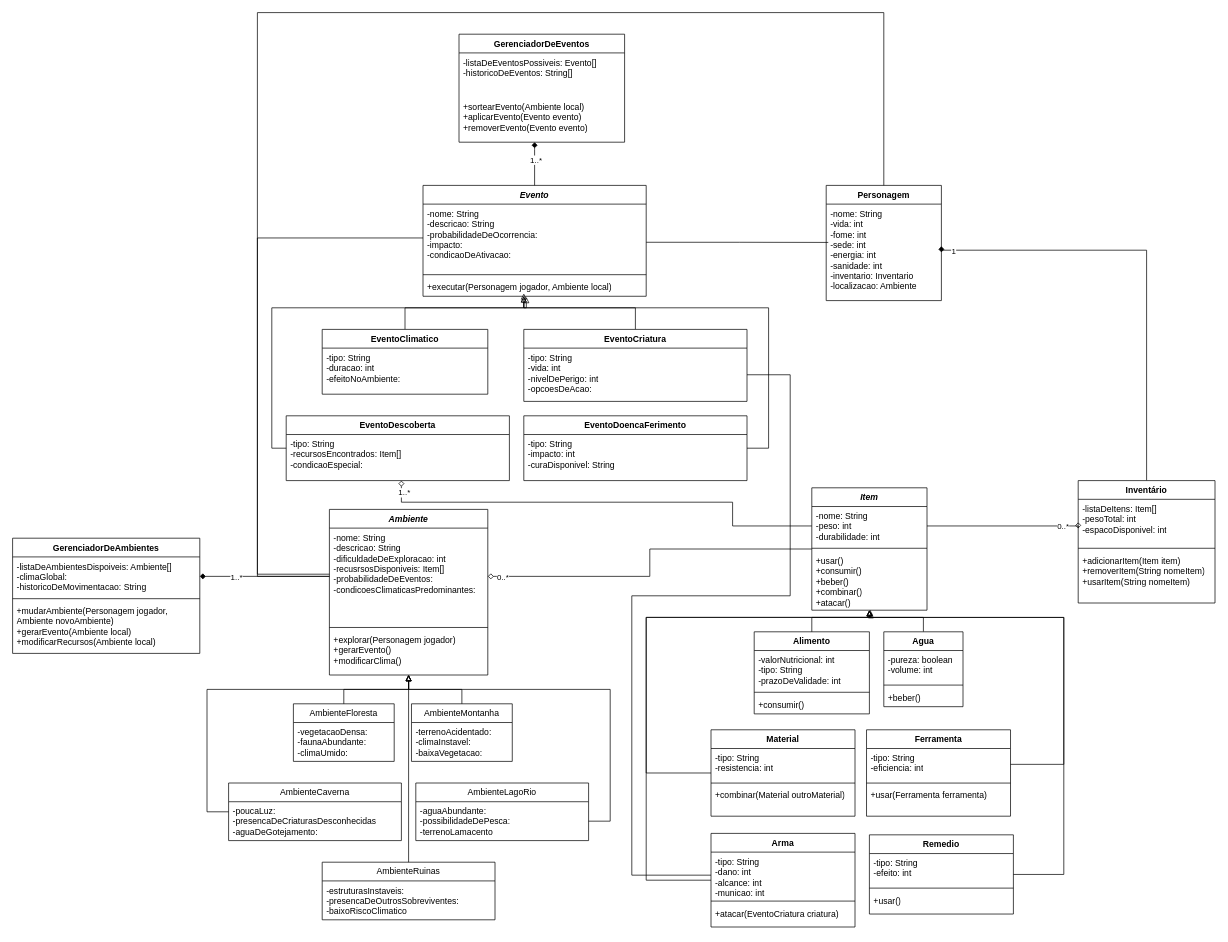
The draw.io diagram auxiliar/diagramaDeClasses.drawio in gabriel1ns/Ultima-Fronteira---LPOO-2025.1, before the edit. Source tidied: cells renumbered, new cells numbered last; positions are measured from the earlier drawing's top-left corner, leaving out a move shared by most shapes. Both pictures are drawn from the tidied source at 72%, with x=0, y=0 at pixel (12, 12).
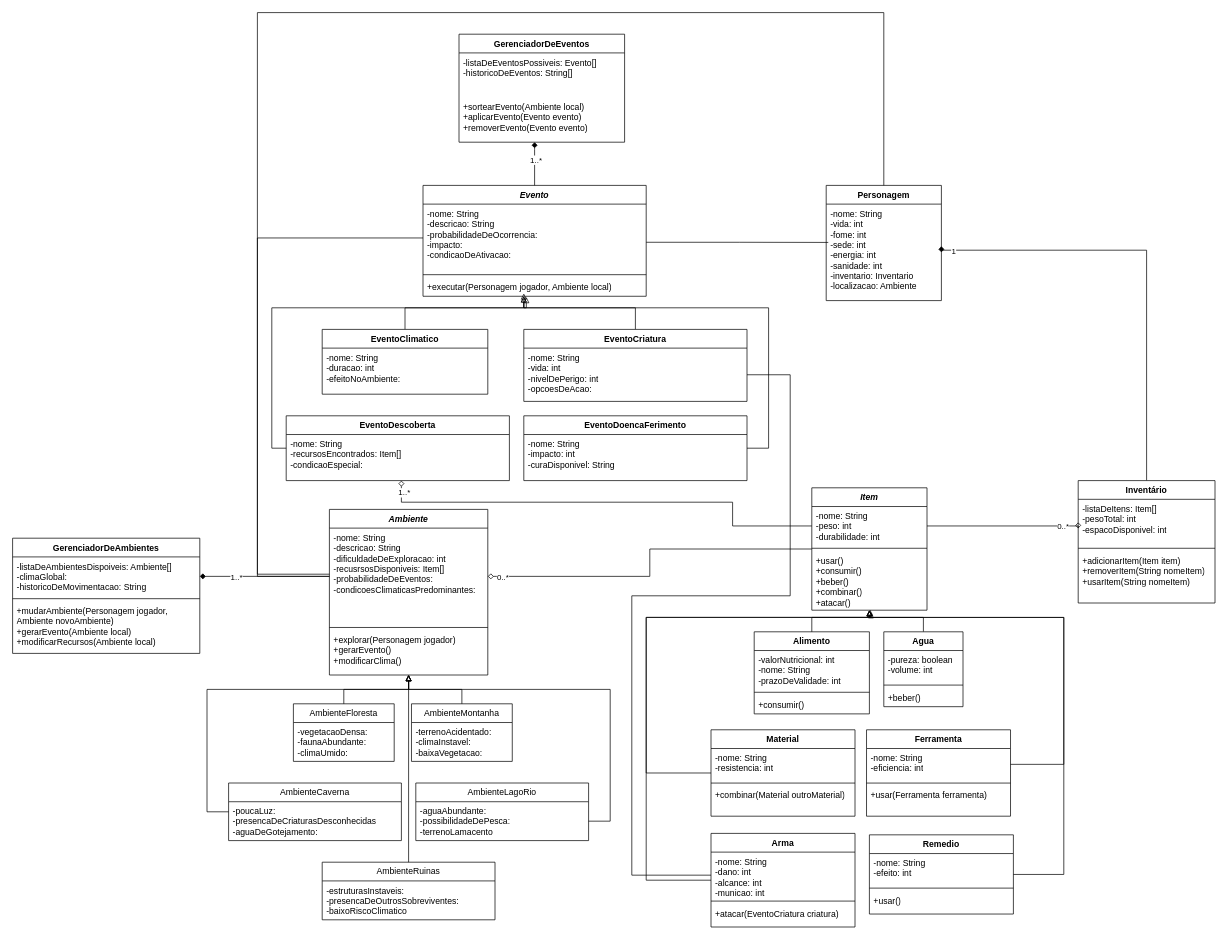
The same diagram, later.

The change refers to these unchanged cells:
```xml
<mxCell id="18" value="Alimento" style="swimlane;fontStyle=1;align=center;verticalAlign=top;horizontal=1;startSize=26;whiteSpace=wrap;html=1;" parent="13" vertex="1">
  <mxGeometry x="60" y="200" width="160" height="114" as="geometry" />
</mxCell>
<mxCell id="26" value="Material" style="swimlane;fontStyle=1;align=center;verticalAlign=top;horizontal=1;startSize=26;whiteSpace=wrap;html=1;" parent="13" vertex="1">
  <mxGeometry y="336.1" width="200" height="120" as="geometry" />
</mxCell>
<mxCell id="30" value="Ferramenta" style="swimlane;fontStyle=1;align=center;verticalAlign=top;horizontal=1;startSize=26;whiteSpace=wrap;html=1;" parent="13" vertex="1">
  <mxGeometry x="216" y="336.1" width="200" height="120" as="geometry" />
</mxCell>
<mxCell id="35" value="Arma" style="swimlane;fontStyle=1;align=center;verticalAlign=top;horizontal=1;startSize=26;whiteSpace=wrap;html=1;" parent="13" vertex="1">
  <mxGeometry y="480" width="200" height="130" as="geometry" />
</mxCell>
<mxCell id="39" value="Remedio" style="swimlane;fontStyle=1;align=center;verticalAlign=top;horizontal=1;startSize=26;whiteSpace=wrap;html=1;" parent="13" vertex="1">
  <mxGeometry x="220" y="482" width="200" height="110" as="geometry" />
</mxCell>
<mxCell id="76" value="EventoClimatico" style="swimlane;fontStyle=1;align=center;verticalAlign=top;horizontal=1;startSize=26;whiteSpace=wrap;html=1;" parent="70" vertex="1">
  <mxGeometry x="70" y="200" width="230" height="90" as="geometry" />
</mxCell>
<mxCell id="79" value="EventoCriatura" style="swimlane;fontStyle=1;align=center;verticalAlign=top;horizontal=1;startSize=26;whiteSpace=wrap;html=1;" parent="70" vertex="1">
  <mxGeometry x="350" y="200" width="310" height="100" as="geometry" />
</mxCell>
<mxCell id="82" value="EventoDescoberta" style="swimlane;fontStyle=1;align=center;verticalAlign=top;horizontal=1;startSize=26;whiteSpace=wrap;html=1;" parent="70" vertex="1">
  <mxGeometry x="20" y="320" width="310" height="90" as="geometry" />
</mxCell>
<mxCell id="85" value="EventoDoencaFerimento" style="swimlane;fontStyle=1;align=center;verticalAlign=top;horizontal=1;startSize=26;whiteSpace=wrap;html=1;" parent="70" vertex="1">
  <mxGeometry x="350" y="320" width="310" height="90" as="geometry" />
</mxCell>
```

The edit, as a diff of the source:
```diff
@@
-    <mxCell id="19" value="&lt;div&gt;-valorNutricional: int&lt;/div&gt;&lt;div&gt;-tipo: String&lt;/div&gt;&lt;div&gt;-prazoDeValidade: int&lt;/div&gt;" style="text;strokeColor=none;fillColor=none;align=left;verticalAlign=top;spacingLeft=4;spacingRight=4;overflow=hidden;whiteSpace=wrap;html=1;" parent="18" vertex="1">
+    <mxCell id="19" value="&lt;div&gt;-valorNutricional: int&lt;/div&gt;&lt;div&gt;-nome: String&lt;/div&gt;&lt;div&gt;-prazoDeValidade: int&lt;/div&gt;" style="text;strokeColor=none;fillColor=none;align=left;verticalAlign=top;spacingLeft=4;spacingRight=4;overflow=hidden;whiteSpace=wrap;html=1;" parent="18" vertex="1">
       <mxGeometry y="26" width="160" height="54" as="geometry" />
     </mxCell>
@@
-    <mxCell id="27" value="&lt;div&gt;-tipo: String&lt;/div&gt;&lt;div&gt;-resistencia: int&lt;/div&gt;" style="text;strokeColor=none;fillColor=none;align=left;verticalAlign=top;spacingLeft=4;spacingRight=4;overflow=hidden;whiteSpace=wrap;html=1;" parent="26" vertex="1">
+    <mxCell id="27" value="&lt;div&gt;-nome: String&lt;/div&gt;&lt;div&gt;-resistencia: int&lt;/div&gt;" style="text;strokeColor=none;fillColor=none;align=left;verticalAlign=top;spacingLeft=4;spacingRight=4;overflow=hidden;whiteSpace=wrap;html=1;" parent="26" vertex="1">
       <mxGeometry y="26" width="200" height="44" as="geometry" />
     </mxCell>
@@
-    <mxCell id="32" value="&lt;div&gt;-tipo: String&lt;/div&gt;&lt;div&gt;-eficiencia: int&lt;/div&gt;" style="text;strokeColor=none;fillColor=none;align=left;verticalAlign=top;spacingLeft=4;spacingRight=4;overflow=hidden;points=[[0,0.5],[1,0.5]];portConstraint=eastwest;whiteSpace=wrap;html=1;" parent="30" vertex="1">
+    <mxCell id="32" value="&lt;div&gt;-nome: String&lt;/div&gt;&lt;div&gt;-eficiencia: int&lt;/div&gt;" style="text;strokeColor=none;fillColor=none;align=left;verticalAlign=top;spacingLeft=4;spacingRight=4;overflow=hidden;points=[[0,0.5],[1,0.5]];portConstraint=eastwest;whiteSpace=wrap;html=1;" parent="30" vertex="1">
       <mxGeometry y="26" width="200" height="44" as="geometry" />
     </mxCell>
@@
-    <mxCell id="36" value="&lt;div&gt;-tipo: String&lt;/div&gt;&lt;div&gt;-dano: int&lt;/div&gt;&lt;div&gt;-alcance: int&lt;/div&gt;&lt;div&gt;-municao: int&lt;/div&gt;" style="text;strokeColor=none;fillColor=none;align=left;verticalAlign=top;spacingLeft=4;spacingRight=4;overflow=hidden;points=[[0,0.5],[1,0.5]];portConstraint=eastwest;whiteSpace=wrap;html=1;" parent="35" vertex="1">
+    <mxCell id="36" value="&lt;div&gt;-nome: String&lt;/div&gt;&lt;div&gt;-dano: int&lt;/div&gt;&lt;div&gt;-alcance: int&lt;/div&gt;&lt;div&gt;-municao: int&lt;/div&gt;" style="text;strokeColor=none;fillColor=none;align=left;verticalAlign=top;spacingLeft=4;spacingRight=4;overflow=hidden;points=[[0,0.5],[1,0.5]];portConstraint=eastwest;whiteSpace=wrap;html=1;" parent="35" vertex="1">
       <mxGeometry y="26" width="200" height="64" as="geometry" />
     </mxCell>
@@
-    <mxCell id="40" value="&lt;div&gt;-tipo: String&lt;/div&gt;&lt;div&gt;-efeito: int&lt;/div&gt;" style="text;strokeColor=none;fillColor=none;align=left;verticalAlign=top;spacingLeft=4;spacingRight=4;overflow=hidden;whiteSpace=wrap;html=1;" parent="39" vertex="1">
+    <mxCell id="40" value="&lt;div&gt;-nome: String&lt;/div&gt;&lt;div&gt;-efeito: int&lt;/div&gt;" style="text;strokeColor=none;fillColor=none;align=left;verticalAlign=top;spacingLeft=4;spacingRight=4;overflow=hidden;whiteSpace=wrap;html=1;" parent="39" vertex="1">
       <mxGeometry y="26" width="200" height="44" as="geometry" />
     </mxCell>
@@
-    <mxCell id="77" value="&lt;div&gt;-tipo: String&lt;/div&gt;&lt;div&gt;-duracao: int&lt;/div&gt;&lt;div&gt;-efeitoNoAmbiente: &lt;br&gt;&lt;/div&gt;" style="text;strokeColor=none;fillColor=none;align=left;verticalAlign=top;spacingLeft=4;spacingRight=4;overflow=hidden;whiteSpace=wrap;html=1;" parent="76" vertex="1">
+    <mxCell id="77" value="&lt;div&gt;-nome: String&lt;/div&gt;&lt;div&gt;-duracao: int&lt;/div&gt;&lt;div&gt;-efeitoNoAmbiente: &lt;br&gt;&lt;/div&gt;" style="text;strokeColor=none;fillColor=none;align=left;verticalAlign=top;spacingLeft=4;spacingRight=4;overflow=hidden;whiteSpace=wrap;html=1;" parent="76" vertex="1">
       <mxGeometry y="26" width="230" height="64" as="geometry" />
     </mxCell>
@@
-    <mxCell id="80" value="&lt;div&gt;-tipo: String&lt;/div&gt;&lt;div&gt;-vida: int&lt;/div&gt;&lt;div&gt;-nivelDePerigo: int&lt;/div&gt;&lt;div&gt;-opcoesDeAcao: &lt;br&gt;&lt;/div&gt;" style="text;strokeColor=none;fillColor=none;align=left;verticalAlign=top;spacingLeft=4;spacingRight=4;overflow=hidden;points=[[0,0.5],[1,0.5]];portConstraint=eastwest;whiteSpace=wrap;html=1;" parent="79" vertex="1">
+    <mxCell id="80" value="&lt;div&gt;-nome: String&lt;/div&gt;&lt;div&gt;-vida: int&lt;/div&gt;&lt;div&gt;-nivelDePerigo: int&lt;/div&gt;&lt;div&gt;-opcoesDeAcao: &lt;br&gt;&lt;/div&gt;" style="text;strokeColor=none;fillColor=none;align=left;verticalAlign=top;spacingLeft=4;spacingRight=4;overflow=hidden;points=[[0,0.5],[1,0.5]];portConstraint=eastwest;whiteSpace=wrap;html=1;" parent="79" vertex="1">
       <mxGeometry y="26" width="310" height="74" as="geometry" />
     </mxCell>
@@
-    <mxCell id="83" value="&lt;div&gt;-tipo: String&lt;/div&gt;&lt;div&gt;-recursosEncontrados: Item[]&lt;/div&gt;&lt;div&gt;-condicaoEspecial: &lt;br&gt;&lt;/div&gt;" style="text;strokeColor=none;fillColor=none;align=left;verticalAlign=top;spacingLeft=4;spacingRight=4;overflow=hidden;points=[[0,0.5],[1,0.5]];portConstraint=eastwest;whiteSpace=wrap;html=1;" parent="82" vertex="1">
+    <mxCell id="83" value="&lt;div&gt;-nome: String&lt;/div&gt;&lt;div&gt;-recursosEncontrados: Item[]&lt;/div&gt;&lt;div&gt;-condicaoEspecial: &lt;br&gt;&lt;/div&gt;" style="text;strokeColor=none;fillColor=none;align=left;verticalAlign=top;spacingLeft=4;spacingRight=4;overflow=hidden;points=[[0,0.5],[1,0.5]];portConstraint=eastwest;whiteSpace=wrap;html=1;" parent="82" vertex="1">
       <mxGeometry y="26" width="310" height="64" as="geometry" />
     </mxCell>
@@
-    <mxCell id="86" value="&lt;div&gt;-tipo: String&lt;/div&gt;&lt;div&gt;-impacto: int&lt;/div&gt;&lt;div&gt;-curaDisponivel: String&lt;/div&gt;" style="text;strokeColor=none;fillColor=none;align=left;verticalAlign=top;spacingLeft=4;spacingRight=4;overflow=hidden;whiteSpace=wrap;html=1;" parent="85" vertex="1">
+    <mxCell id="86" value="&lt;div&gt;-nome: String&lt;/div&gt;&lt;div&gt;-impacto: int&lt;/div&gt;&lt;div&gt;-curaDisponivel: String&lt;/div&gt;" style="text;strokeColor=none;fillColor=none;align=left;verticalAlign=top;spacingLeft=4;spacingRight=4;overflow=hidden;whiteSpace=wrap;html=1;" parent="85" vertex="1">
       <mxGeometry y="26" width="310" height="64" as="geometry" />
     </mxCell>
```
